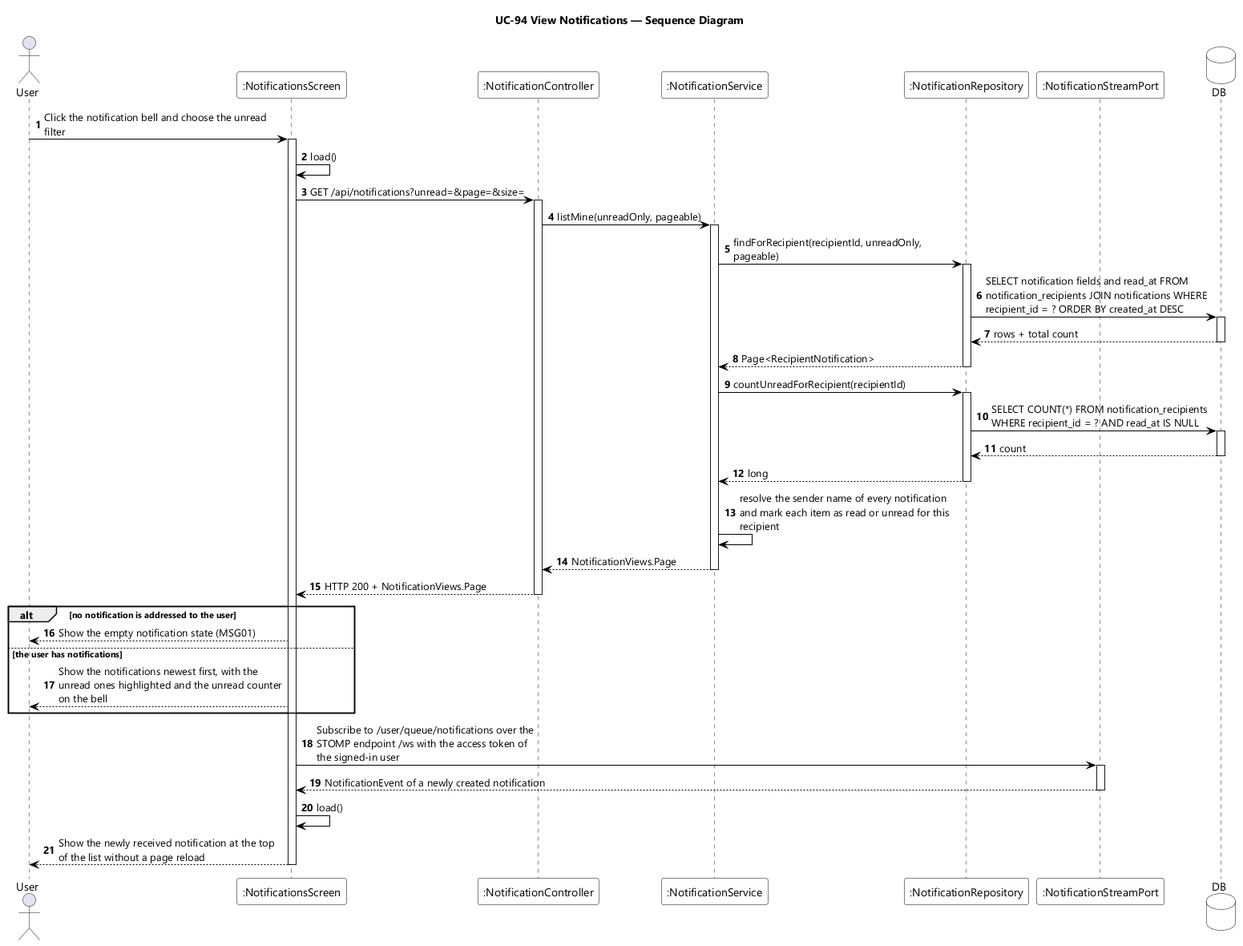
EduA-system/EduA-system keeps this PlantUML diagram as designs/sds-diagrams/uc94/uc94-sequence-diagram.png. Above is the earlier version.
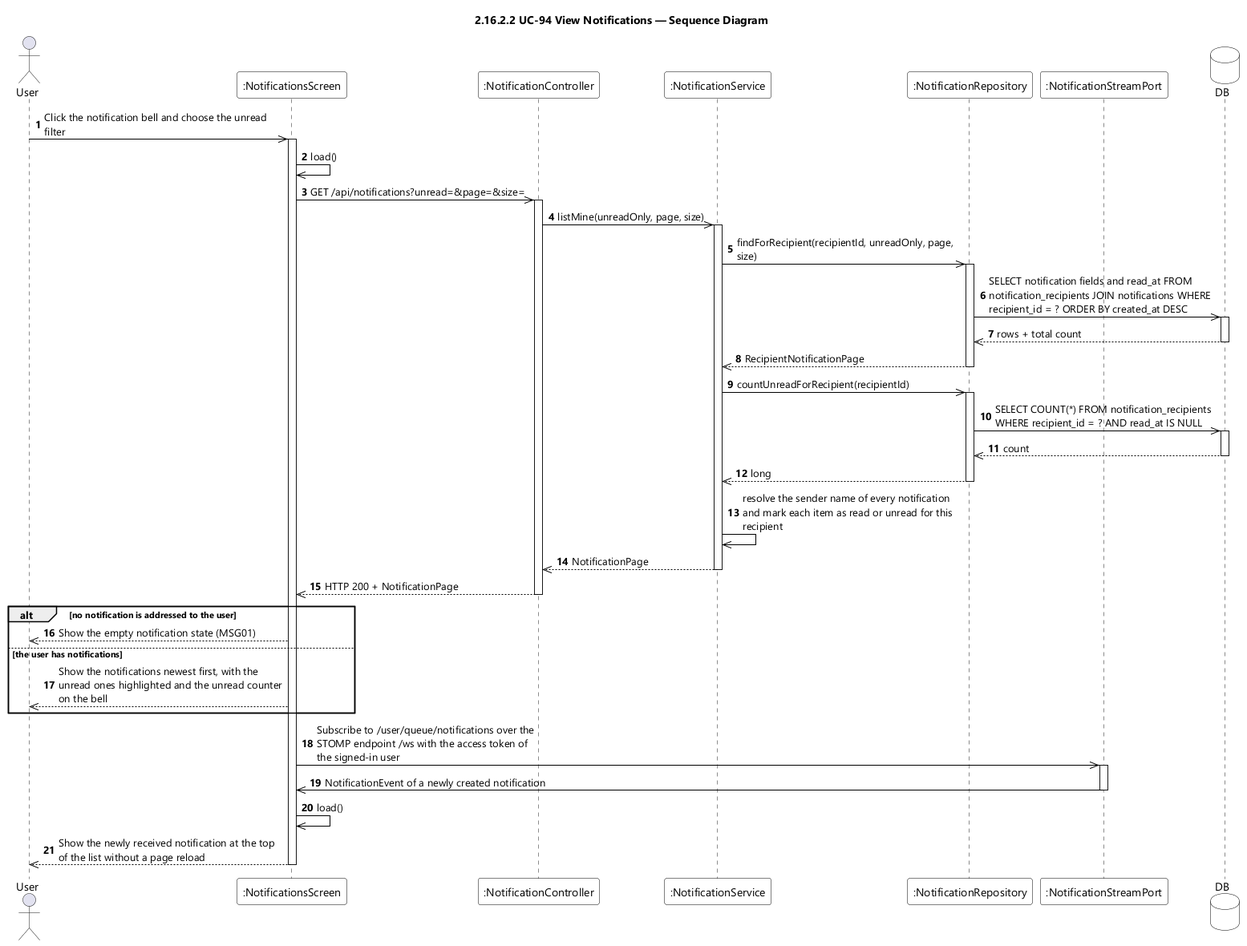
The same diagram one commit later.

What changed in the source:
```diff
@@ -9,7 +9,7 @@
 skinparam ArrowColor #000000
 skinparam sequenceMessageAlign left
 skinparam maxMessageSize 280
-title UC-94 View Notifications — Sequence Diagram
+title 2.16.2.2 UC-94 View Notifications — Sequence Diagram
 
 actor User
 participant ":NotificationsScreen" as UI
@@ -20,46 +20,46 @@
 database DB
 
 autonumber
-User -> UI : Click the notification bell and choose the unread filter
+User ->> UI : Click the notification bell and choose the unread filter
 activate UI
-UI -> UI : load()
-UI -> CTL : GET /api/notifications?unread=&page=&size=
+UI ->> UI : load()
+UI ->> CTL : GET /api/notifications?unread=&page=&size=
 activate CTL
-CTL -> SVC : listMine(unreadOnly, pageable)
+CTL ->> SVC : listMine(unreadOnly, page, size)
 activate SVC
-SVC -> NOTIFS : findForRecipient(recipientId, unreadOnly, pageable)
+SVC ->> NOTIFS : findForRecipient(recipientId, unreadOnly, page, size)
 activate NOTIFS
-NOTIFS -> DB : SELECT notification fields and read_at FROM notification_recipients JOIN notifications WHERE recipient_id = ? ORDER BY created_at DESC
+NOTIFS ->> DB : SELECT notification fields and read_at FROM notification_recipients JOIN notifications WHERE recipient_id = ? ORDER BY created_at DESC
 activate DB
-DB --> NOTIFS : rows + total count
+DB -->> NOTIFS : rows + total count
 deactivate DB
-NOTIFS --> SVC : Page<RecipientNotification>
+NOTIFS -->> SVC : RecipientNotificationPage
 deactivate NOTIFS
-SVC -> NOTIFS : countUnreadForRecipient(recipientId)
+SVC ->> NOTIFS : countUnreadForRecipient(recipientId)
 activate NOTIFS
-NOTIFS -> DB : SELECT COUNT(*) FROM notification_recipients WHERE recipient_id = ? AND read_at IS NULL
+NOTIFS ->> DB : SELECT COUNT(*) FROM notification_recipients WHERE recipient_id = ? AND read_at IS NULL
 activate DB
-DB --> NOTIFS : count
+DB -->> NOTIFS : count
 deactivate DB
-NOTIFS --> SVC : long
+NOTIFS -->> SVC : long
 deactivate NOTIFS
-SVC -> SVC : resolve the sender name of every notification and mark each item as read or unread for this recipient
-SVC --> CTL : NotificationViews.Page
+SVC ->> SVC : resolve the sender name of every notification and mark each item as read or unread for this recipient
+SVC -->> CTL : NotificationPage
 deactivate SVC
-CTL --> UI : HTTP 200 + NotificationViews.Page
+CTL -->> UI : HTTP 200 + NotificationPage
 deactivate CTL
 
 alt no notification is addressed to the user
-  UI --> User : Show the empty notification state (MSG01)
+  UI -->> User : Show the empty notification state (MSG01)
 else the user has notifications
-  UI --> User : Show the notifications newest first, with the unread ones highlighted and the unread counter on the bell
+  UI -->> User : Show the notifications newest first, with the unread ones highlighted and the unread counter on the bell
 end
 
-UI -> STREAM : Subscribe to /user/queue/notifications over the STOMP endpoint /ws with the access token of the signed-in user
+UI ->> STREAM : Subscribe to /user/queue/notifications over the STOMP endpoint /ws with the access token of the signed-in user
 activate STREAM
-STREAM --> UI : NotificationEvent of a newly created notification
+STREAM ->> UI : NotificationEvent of a newly created notification
 deactivate STREAM
-UI -> UI : load()
-UI --> User : Show the newly received notification at the top of the list without a page reload
+UI ->> UI : load()
+UI -->> User : Show the newly received notification at the top of the list without a page reload
 deactivate UI
 @enduml
```
